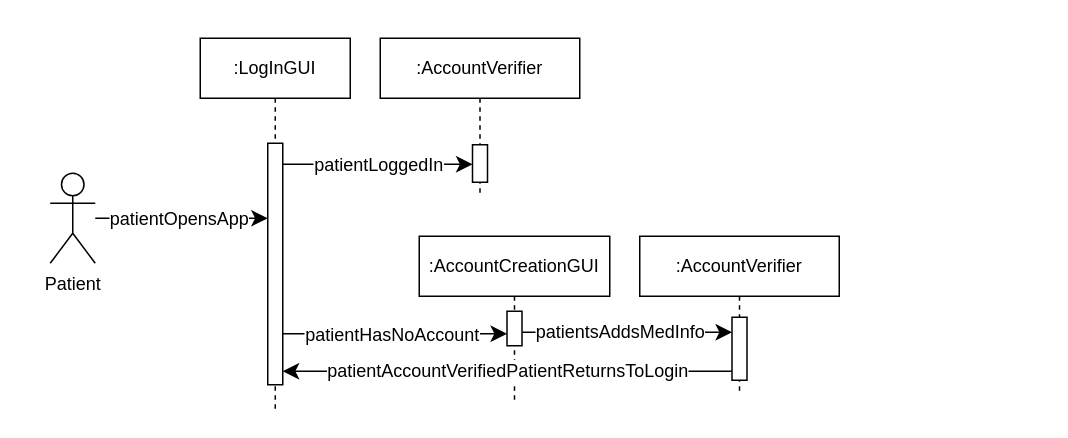
Before: AmirWork/M2/P1_ClassDiagram.drawio in SENG-350-2024-fall/Team9, a draw.io diagram. Source tidied: cells renumbered, new cells numbered last; positions are measured from the earlier drawing's top-left corner, leaving out a move shared by most shapes. Both pictures are drawn from the tidied source at 150%, with x=0, y=0 at pixel (50, 38).
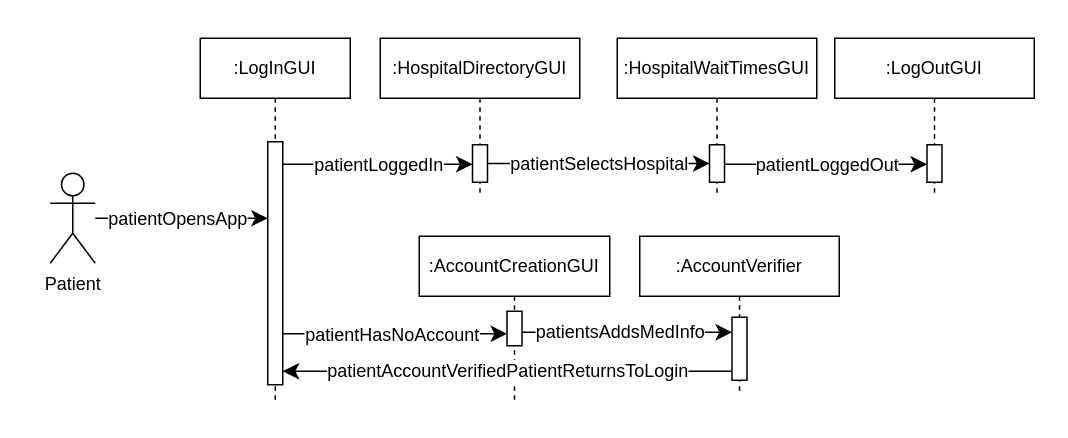
The same diagram, later.

The change refers to these unchanged cells:
```xml
<mxCell id="6" style="edgeStyle=none;curved=1;rounded=0;jettySize=auto;html=1;fontSize=12;startSize=8;endSize=8;" parent="1" edge="1" source="8" target="3">
  <mxGeometry relative="1" as="geometry" />
</mxCell>
<mxCell id="17" style="html=1;points=[];perimeter=orthogonalPerimeter;outlineConnect=0;targetShapes=umlLifeline;portConstraint=eastwest;newEdgeStyle={&quot;edgeStyle&quot;:&quot;elbowEdgeStyle&quot;,&quot;elbow&quot;:&quot;vertical&quot;,&quot;curved&quot;:0,&quot;rounded&quot;:0};" parent="16" vertex="1">
  <mxGeometry x="61.5" y="71" width="10" height="25" as="geometry" />
</mxCell>
```

Diff of the diagram source:
```diff
@@
+    <mxCell id="20" style="rounded=0;whiteSpace=wrap;html=1;strokeColor=none;" parent="1" vertex="1">
+      <mxGeometry x="542" y="-8" width="120" height="258" as="geometry" />
+    </mxCell>
+    <mxCell id="21" style="rounded=0;whiteSpace=wrap;html=1;strokeColor=none;" parent="1" vertex="1">
+      <mxGeometry x="-16" width="120" height="174" as="geometry" />
+    </mxCell>
     <mxCell id="2" value=":LogInGUI" style="shape=umlLifeline;perimeter=lifelinePerimeter;whiteSpace=wrap;html=1;newEdgeStyle={&quot;edgeStyle&quot;:&quot;elbowEdgeStyle&quot;,&quot;elbow&quot;:&quot;vertical&quot;,&quot;curved&quot;:0,&quot;rounded&quot;:0};" parent="1" vertex="1">
-      <mxGeometry x="100" width="100" height="249" as="geometry" />
+      <mxGeometry x="100" width="100" height="243" as="geometry" />
     </mxCell>
     <mxCell id="3" style="html=1;points=[];perimeter=orthogonalPerimeter;outlineConnect=0;targetShapes=umlLifeline;portConstraint=eastwest;newEdgeStyle={&quot;edgeStyle&quot;:&quot;elbowEdgeStyle&quot;,&quot;elbow&quot;:&quot;vertical&quot;,&quot;curved&quot;:0,&quot;rounded&quot;:0};" parent="2" vertex="1">
-      <mxGeometry x="45" y="70" width="10" height="161" as="geometry" />
+      <mxGeometry x="45" y="69" width="10" height="162" as="geometry" />
     </mxCell>
@@
     <mxCell id="7" value="patientOpensApp" style="edgeLabel;html=1;align=center;verticalAlign=middle;fontSize=12;" parent="6" vertex="1">
       <mxGeometry x="0.08" y="2" relative="1" as="geometry">
-        <mxPoint x="-7" y="2" as="offset" />
+        <mxPoint x="-8" y="2" as="offset" />
       </mxGeometry>
     </mxCell>
@@
-    <mxCell id="16" value=":AccountVerifier" style="shape=umlLifeline;perimeter=lifelinePerimeter;whiteSpace=wrap;html=1;newEdgeStyle={&quot;edgeStyle&quot;:&quot;elbowEdgeStyle&quot;,&quot;elbow&quot;:&quot;vertical&quot;,&quot;curved&quot;:0,&quot;rounded&quot;:0};" parent="1" vertex="1">
+    <mxCell id="16" value=":HospitalDirectoryGUI" style="shape=umlLifeline;perimeter=lifelinePerimeter;whiteSpace=wrap;html=1;newEdgeStyle={&quot;edgeStyle&quot;:&quot;elbowEdgeStyle&quot;,&quot;elbow&quot;:&quot;vertical&quot;,&quot;curved&quot;:0,&quot;rounded&quot;:0};" parent="1" vertex="1">
       <mxGeometry x="220" width="133" height="106" as="geometry" />
     </mxCell>
@@
+    <mxCell id="22" value=":HospitalWaitTimesGUI" style="shape=umlLifeline;perimeter=lifelinePerimeter;whiteSpace=wrap;html=1;newEdgeStyle={&quot;edgeStyle&quot;:&quot;elbowEdgeStyle&quot;,&quot;elbow&quot;:&quot;vertical&quot;,&quot;curved&quot;:0,&quot;rounded&quot;:0};" parent="1" vertex="1">
+      <mxGeometry x="378" width="133" height="106" as="geometry" />
+    </mxCell>
+    <mxCell id="23" style="html=1;points=[];perimeter=orthogonalPerimeter;outlineConnect=0;targetShapes=umlLifeline;portConstraint=eastwest;newEdgeStyle={&quot;edgeStyle&quot;:&quot;elbowEdgeStyle&quot;,&quot;elbow&quot;:&quot;vertical&quot;,&quot;curved&quot;:0,&quot;rounded&quot;:0};" parent="22" vertex="1">
+      <mxGeometry x="61.5" y="71" width="10" height="25" as="geometry" />
+    </mxCell>
+    <mxCell id="24" value="patientSelectsHospital" style="edgeStyle=elbowEdgeStyle;curved=0;rounded=0;jettySize=auto;html=1;elbow=horizontal;fontSize=12;startSize=8;endSize=8;" parent="1" edge="1" source="17" target="23">
+      <mxGeometry relative="1" as="geometry" />
+    </mxCell>
+    <mxCell id="25" value=":LogOutGUI" style="shape=umlLifeline;perimeter=lifelinePerimeter;whiteSpace=wrap;html=1;newEdgeStyle={&quot;edgeStyle&quot;:&quot;elbowEdgeStyle&quot;,&quot;elbow&quot;:&quot;vertical&quot;,&quot;curved&quot;:0,&quot;rounded&quot;:0};" parent="1" vertex="1">
+      <mxGeometry x="523" width="133" height="106" as="geometry" />
+    </mxCell>
+    <mxCell id="26" style="html=1;points=[];perimeter=orthogonalPerimeter;outlineConnect=0;targetShapes=umlLifeline;portConstraint=eastwest;newEdgeStyle={&quot;edgeStyle&quot;:&quot;elbowEdgeStyle&quot;,&quot;elbow&quot;:&quot;vertical&quot;,&quot;curved&quot;:0,&quot;rounded&quot;:0};" parent="25" vertex="1">
+      <mxGeometry x="61.5" y="71" width="10" height="25" as="geometry" />
+    </mxCell>
+    <mxCell id="27" style="edgeStyle=elbowEdgeStyle;curved=0;rounded=0;jettySize=auto;html=1;elbow=vertical;fontSize=12;startSize=8;endSize=8;" parent="1" edge="1" source="23" target="26">
+      <mxGeometry relative="1" as="geometry" />
+    </mxCell>
+    <mxCell id="28" value="patientLoggedOut" style="edgeLabel;html=1;align=center;verticalAlign=middle;fontSize=12;" parent="27" vertex="1">
+      <mxGeometry x="0.18" relative="1" as="geometry">
+        <mxPoint x="-12" as="offset" />
+      </mxGeometry>
+    </mxCell>
```
